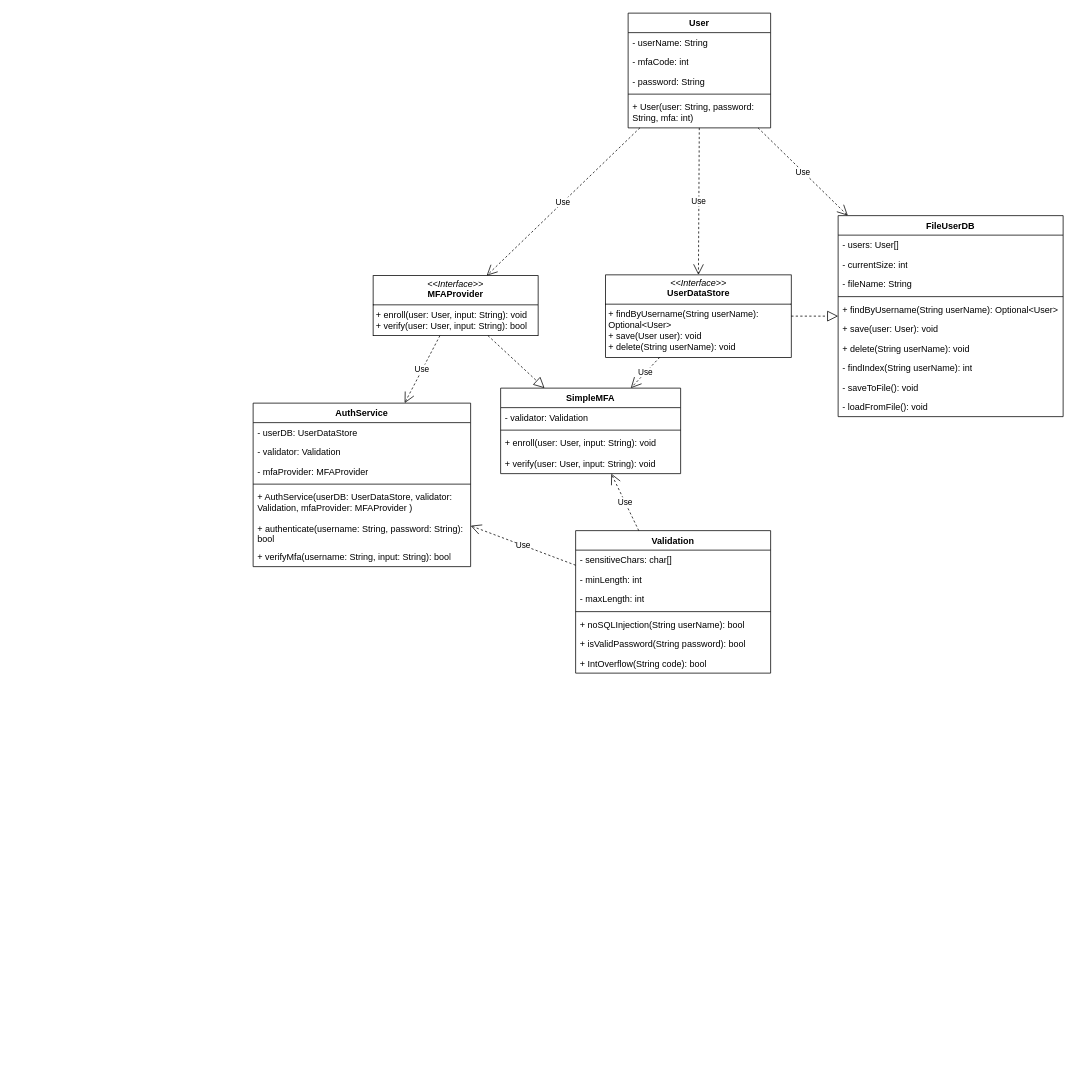
Before: test.drawio in TeakKey7/SecureSoftware-PE1, a draw.io diagram. Source tidied: cells renumbered, new cells numbered last; positions are measured from the earlier drawing's top-left corner, leaving out a move shared by most shapes. Both pictures are drawn from the tidied source at 75%, with x=0, y=0 at pixel (253, 13).
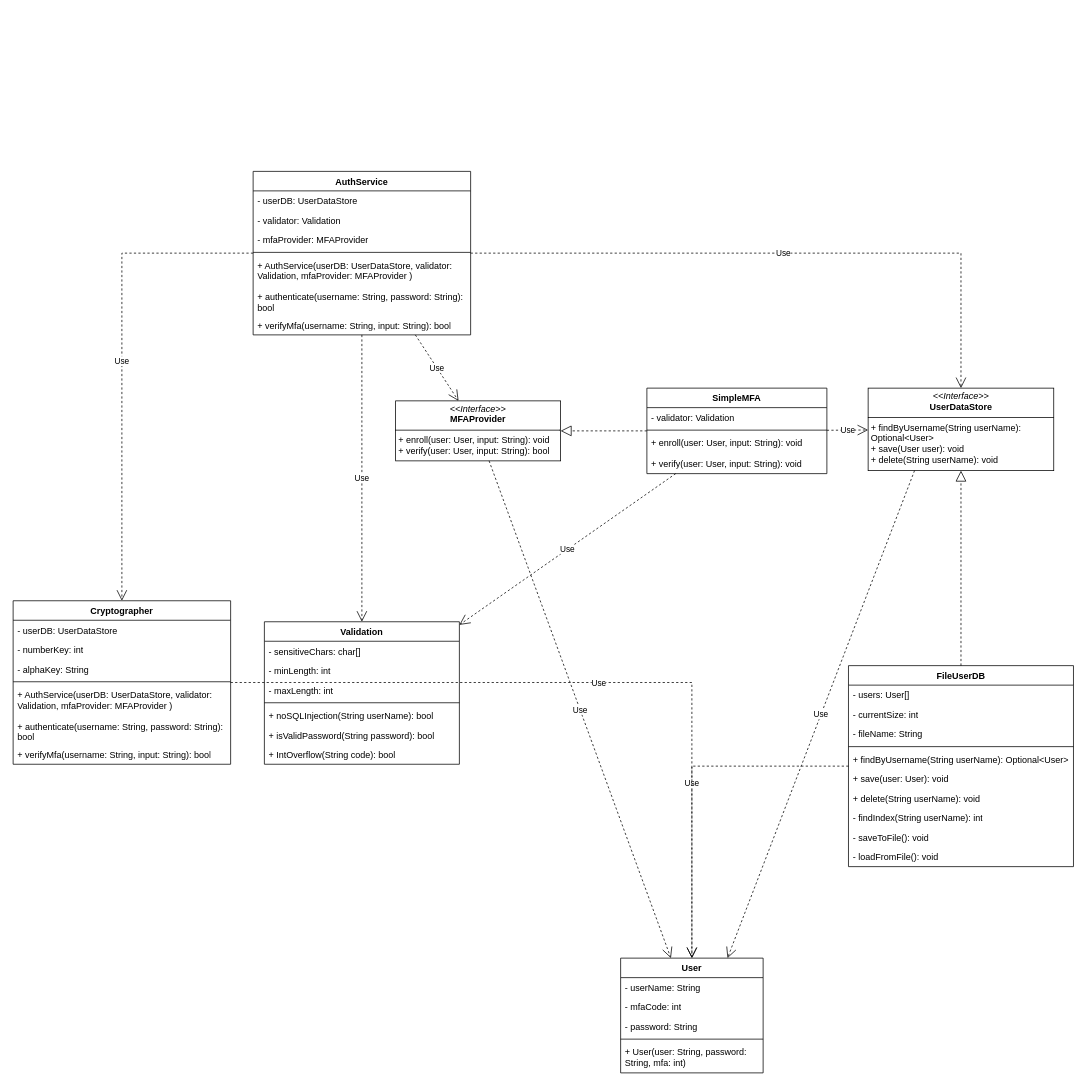
The same page after the edit.

Commit message:
Update diagram version and adjust geometry

Updated mxfile version and adjusted geometry positions in the diagram.

Unchanged cells that the change refers to:
```xml
<mxCell id="36" value="+ User(user: String, password: String, mfa: int)" style="text;strokeColor=none;fillColor=none;align=left;verticalAlign=top;spacingLeft=4;spacingRight=4;overflow=hidden;points=[[0,0.5],[1,0.5]];portConstraint=eastwest;whiteSpace=wrap;html=1;" parent="31" vertex="1">
  <mxGeometry y="112" width="190" height="41" as="geometry" />
</mxCell>
```

The edit, as a diff of the source:
```diff
@@
     <mxCell id="2" value="AuthService" style="swimlane;fontStyle=1;align=center;verticalAlign=top;horizontal=1;startSize=26;whiteSpace=wrap;html=1;" parent="1" vertex="1">
-      <mxGeometry y="520" width="290" height="218" as="geometry" />
+      <mxGeometry y="211" width="290" height="218" as="geometry" />
     </mxCell>
@@
     <mxCell id="10" value="FileUserDB" style="swimlane;fontStyle=1;align=center;verticalAlign=top;horizontal=1;startSize=26;whiteSpace=wrap;html=1;" parent="1" vertex="1">
-      <mxGeometry x="780" y="270" width="300" height="268" as="geometry" />
+      <mxGeometry x="793.8" y="870" width="300" height="268" as="geometry" />
     </mxCell>
@@
     <mxCell id="21" value="Validation" style="swimlane;fontStyle=1;align=center;verticalAlign=top;horizontal=1;startSize=26;whiteSpace=wrap;html=1;" parent="1" vertex="1">
-      <mxGeometry x="430" y="690" width="260" height="190" as="geometry" />
+      <mxGeometry x="15" y="811.5" width="260" height="190" as="geometry" />
     </mxCell>
@@
     <mxCell id="29" value="&lt;p style=&quot;margin:0px;margin-top:4px;text-align:center;&quot;&gt;&lt;i&gt;&amp;lt;&amp;lt;Interface&amp;gt;&amp;gt;&lt;/i&gt;&lt;br&gt;&lt;b&gt;UserDataStore&lt;/b&gt;&lt;/p&gt;&lt;hr size=&quot;1&quot; style=&quot;border-style:solid;&quot;&gt;&lt;p style=&quot;margin:0px;margin-left:4px;&quot;&gt;+ findByUsername(String userName): Optional&amp;lt;User&amp;gt;&lt;/p&gt;&lt;p style=&quot;margin:0px;margin-left:4px;&quot;&gt;+ save(User user): void&lt;/p&gt;&lt;p style=&quot;margin:0px;margin-left:4px;&quot;&gt;+ delete(String userName): void&lt;/p&gt;" style="verticalAlign=top;align=left;overflow=fill;html=1;whiteSpace=wrap;" parent="1" vertex="1">
-      <mxGeometry x="470" y="349" width="247.5" height="110" as="geometry" />
+      <mxGeometry x="820" y="500" width="247.5" height="110" as="geometry" />
     </mxCell>
     <mxCell id="30" value="&lt;p style=&quot;margin:0px;margin-top:4px;text-align:center;&quot;&gt;&lt;i&gt;&amp;lt;&amp;lt;Interface&amp;gt;&amp;gt;&lt;/i&gt;&lt;br&gt;&lt;b&gt;MFAProvider&lt;/b&gt;&lt;/p&gt;&lt;hr size=&quot;1&quot; style=&quot;border-style:solid;&quot;&gt;&lt;p style=&quot;margin:0px;margin-left:4px;&quot;&gt;+ enroll(user: User, input: String): void&lt;br&gt;+ verify(user: User, input: String): bool&lt;/p&gt;" style="verticalAlign=top;align=left;overflow=fill;html=1;whiteSpace=wrap;" parent="1" vertex="1">
-      <mxGeometry x="160" y="350" width="220" height="80" as="geometry" />
+      <mxGeometry x="190" y="517" width="220" height="80" as="geometry" />
     </mxCell>
     <mxCell id="31" value="User" style="swimlane;fontStyle=1;align=center;verticalAlign=top;horizontal=1;startSize=26;whiteSpace=wrap;html=1;" parent="1" vertex="1">
-      <mxGeometry x="500" width="190" height="153" as="geometry" />
+      <mxGeometry x="490" y="1260" width="190" height="153" as="geometry" />
     </mxCell>
@@
     <mxCell id="37" value="SimpleMFA" style="swimlane;fontStyle=1;align=center;verticalAlign=top;horizontal=1;startSize=26;whiteSpace=wrap;html=1;" parent="1" vertex="1">
-      <mxGeometry x="330" y="500" width="240" height="114" as="geometry" />
+      <mxGeometry x="525" y="500" width="240" height="114" as="geometry" />
     </mxCell>
@@
-    <mxCell id="42" value="Use" style="endArrow=open;endSize=12;dashed=1;html=1;rounded=0;entryX=0.5;entryY=0;entryDx=0;entryDy=0;" parent="1" edge="1" source="36" target="29">
+    <mxCell id="42" value="Use" style="endArrow=open;endSize=12;dashed=1;html=1;rounded=0;exitX=0.25;exitY=1;exitDx=0;exitDy=0;entryX=0.75;entryY=0;entryDx=0;entryDy=0;" parent="1" edge="1" source="29" target="31">
       <mxGeometry relative="1" as="geometry" />
     </mxCell>
-    <mxCell id="43" value="Use" style="endArrow=open;endSize=12;dashed=1;html=1;rounded=0;" parent="1" edge="1" source="31" target="30">
+    <mxCell id="43" value="Use" style="endArrow=open;endSize=12;dashed=1;html=1;rounded=0;" parent="1" edge="1" source="30" target="31">
       <mxGeometry relative="1" as="geometry" />
     </mxCell>
-    <mxCell id="44" value="Use" style="endArrow=open;endSize=12;dashed=1;html=1;rounded=0;" parent="1" edge="1" source="31" target="10">
+    <mxCell id="44" value="Use" style="endArrow=open;endSize=12;dashed=1;html=1;rounded=0;edgeStyle=orthogonalEdgeStyle;" parent="1" edge="1" source="10" target="31">
       <mxGeometry relative="1" as="geometry" />
     </mxCell>
-    <mxCell id="45" style="endArrow=block;dashed=1;endFill=0;endSize=12;html=1;rounded=0;" parent="1" edge="1" source="29" target="10">
+    <mxCell id="45" style="endArrow=block;dashed=1;endFill=0;endSize=12;html=1;rounded=0;edgeStyle=orthogonalEdgeStyle;" parent="1" edge="1" source="10" target="29">
       <mxGeometry relative="1" as="geometry" />
     </mxCell>
-    <mxCell id="46" value="Use" style="endArrow=open;endSize=12;dashed=1;html=1;rounded=0;" parent="1" edge="1" source="29" target="37">
+    <mxCell id="46" value="Use" style="endArrow=open;endSize=12;dashed=1;html=1;rounded=0;" parent="1" edge="1" source="37" target="29">
       <mxGeometry relative="1" as="geometry" />
     </mxCell>
-    <mxCell id="47" style="endArrow=block;dashed=1;endFill=0;endSize=12;html=1;rounded=0;" parent="1" edge="1" source="30" target="37">
+    <mxCell id="47" style="endArrow=block;dashed=1;endFill=0;endSize=12;html=1;rounded=0;" parent="1" edge="1" source="37" target="30">
       <mxGeometry relative="1" as="geometry" />
     </mxCell>
-    <mxCell id="48" value="Use" style="endArrow=open;endSize=12;dashed=1;html=1;rounded=0;" parent="1" edge="1" source="30" target="2">
+    <mxCell id="48" value="Use" style="endArrow=open;endSize=12;dashed=1;html=1;rounded=0;" parent="1" edge="1" source="2" target="30">
       <mxGeometry relative="1" as="geometry" />
     </mxCell>
-    <mxCell id="49" value="Use" style="endArrow=open;endSize=12;dashed=1;html=1;rounded=0;" parent="1" edge="1" source="21" target="37">
+    <mxCell id="49" value="Use" style="endArrow=open;endSize=12;dashed=1;html=1;rounded=0;" parent="1" edge="1" source="37" target="21">
       <mxGeometry relative="1" as="geometry" />
     </mxCell>
-    <mxCell id="50" value="Use" style="endArrow=open;endSize=12;dashed=1;html=1;rounded=0;" parent="1" edge="1" source="21" target="2">
+    <mxCell id="50" value="Use" style="endArrow=open;endSize=12;dashed=1;html=1;rounded=0;edgeStyle=orthogonalEdgeStyle;" parent="1" edge="1" source="2" target="21">
       <mxGeometry relative="1" as="geometry" />
     </mxCell>
+    <mxCell id="51" value="Use" style="endArrow=open;endSize=12;dashed=1;html=1;rounded=0;edgeStyle=orthogonalEdgeStyle;" parent="1" edge="1" source="2" target="29">
+      <mxGeometry relative="1" as="geometry" />
+    </mxCell>
+    <mxCell id="52" value="Cryptographer" style="swimlane;fontStyle=1;align=center;verticalAlign=top;horizontal=1;startSize=26;whiteSpace=wrap;html=1;" parent="1" vertex="1">
+      <mxGeometry x="-320" y="783.5" width="290" height="218" as="geometry" />
+    </mxCell>
+    <mxCell id="53" value="- userDB: UserDataStore" style="text;strokeColor=none;fillColor=none;align=left;verticalAlign=top;spacingLeft=4;spacingRight=4;overflow=hidden;whiteSpace=wrap;html=1;" parent="52" vertex="1">
+      <mxGeometry y="26" width="290" height="26" as="geometry" />
+    </mxCell>
+    <mxCell id="54" value="- numberKey: int" style="text;strokeColor=none;fillColor=none;align=left;verticalAlign=top;spacingLeft=4;spacingRight=4;overflow=hidden;whiteSpace=wrap;html=1;" parent="52" vertex="1">
+      <mxGeometry y="52" width="290" height="26" as="geometry" />
+    </mxCell>
+    <mxCell id="55" value="- alphaKey: String" style="text;strokeColor=none;fillColor=none;align=left;verticalAlign=top;spacingLeft=4;spacingRight=4;overflow=hidden;whiteSpace=wrap;html=1;" parent="52" vertex="1">
+      <mxGeometry y="78" width="290" height="26" as="geometry" />
+    </mxCell>
+    <mxCell id="56" style="line;strokeWidth=1;fillColor=none;align=left;verticalAlign=middle;spacingTop=-1;spacingLeft=3;spacingRight=3;labelPosition=right;strokeColor=inherit;" parent="52" vertex="1">
+      <mxGeometry y="104" width="290" height="8" as="geometry" />
+    </mxCell>
+    <mxCell id="57" value="+ AuthService(userDB: UserDataStore, validator: Validation, mfaProvider: MFAProvider )" style="text;strokeColor=none;fillColor=none;align=left;verticalAlign=top;spacingLeft=4;spacingRight=4;overflow=hidden;whiteSpace=wrap;html=1;" parent="52" vertex="1">
+      <mxGeometry y="112" width="290" height="42" as="geometry" />
+    </mxCell>
+    <mxCell id="58" value="+ authenticate(username: String, password: String): bool" style="text;strokeColor=none;fillColor=none;align=left;verticalAlign=top;spacingLeft=4;spacingRight=4;overflow=hidden;whiteSpace=wrap;html=1;" parent="52" vertex="1">
+      <mxGeometry y="154" width="290" height="38" as="geometry" />
+    </mxCell>
+    <mxCell id="59" value="+ verifyMfa(username: String, input: String): bool" style="text;strokeColor=none;fillColor=none;align=left;verticalAlign=top;spacingLeft=4;spacingRight=4;overflow=hidden;whiteSpace=wrap;html=1;" parent="52" vertex="1">
+      <mxGeometry y="192" width="290" height="26" as="geometry" />
+    </mxCell>
+    <mxCell id="60" value="Use" style="endArrow=open;endSize=12;dashed=1;html=1;rounded=0;edgeStyle=orthogonalEdgeStyle;" parent="1" edge="1" source="2" target="52">
+      <mxGeometry relative="1" as="geometry" />
+    </mxCell>
+    <mxCell id="61" value="Use" style="endArrow=open;endSize=12;dashed=1;html=1;rounded=0;edgeStyle=orthogonalEdgeStyle;" parent="1" edge="1" source="52" target="31">
+      <mxGeometry relative="1" as="geometry" />
+    </mxCell>
```
